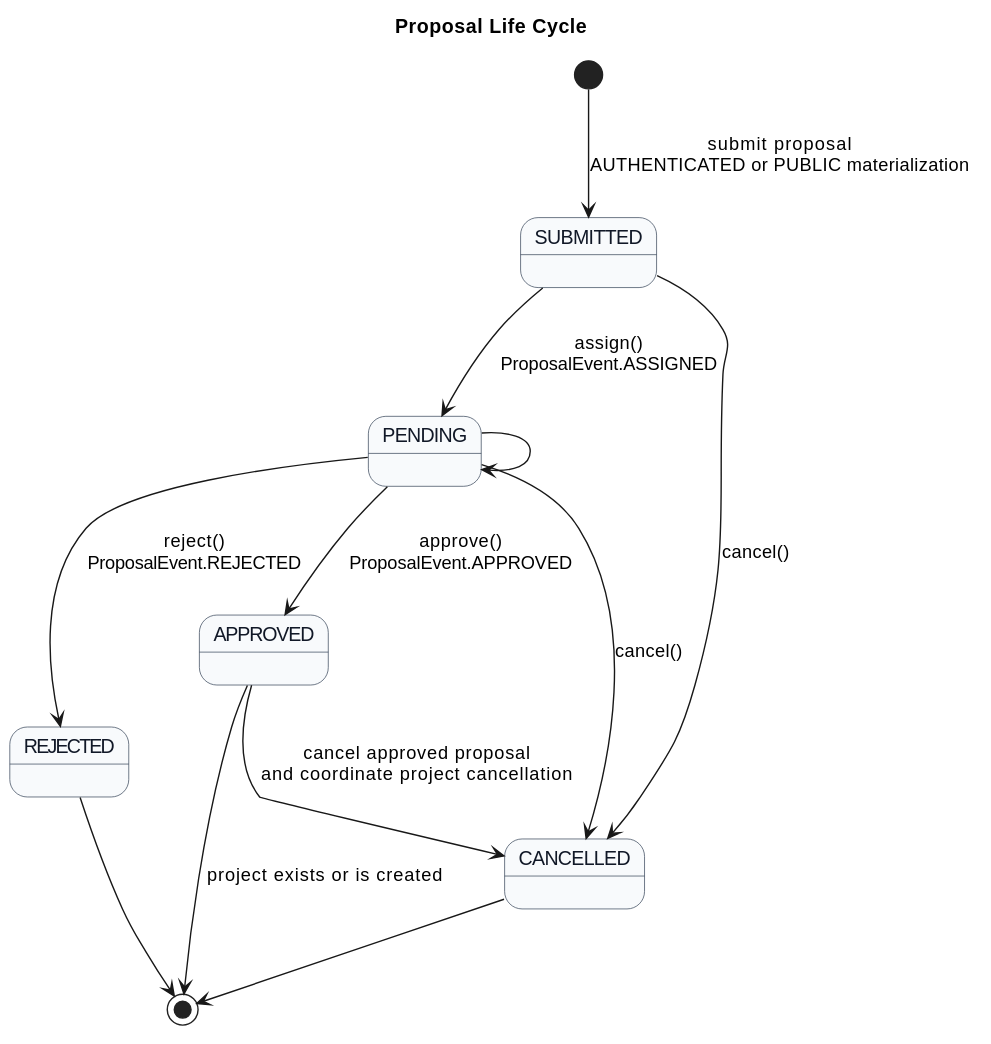
Above: docs/diagrams/proposal-life-cycle.svg in marcosduchinski/vitarerum (PlantUML), before the change.
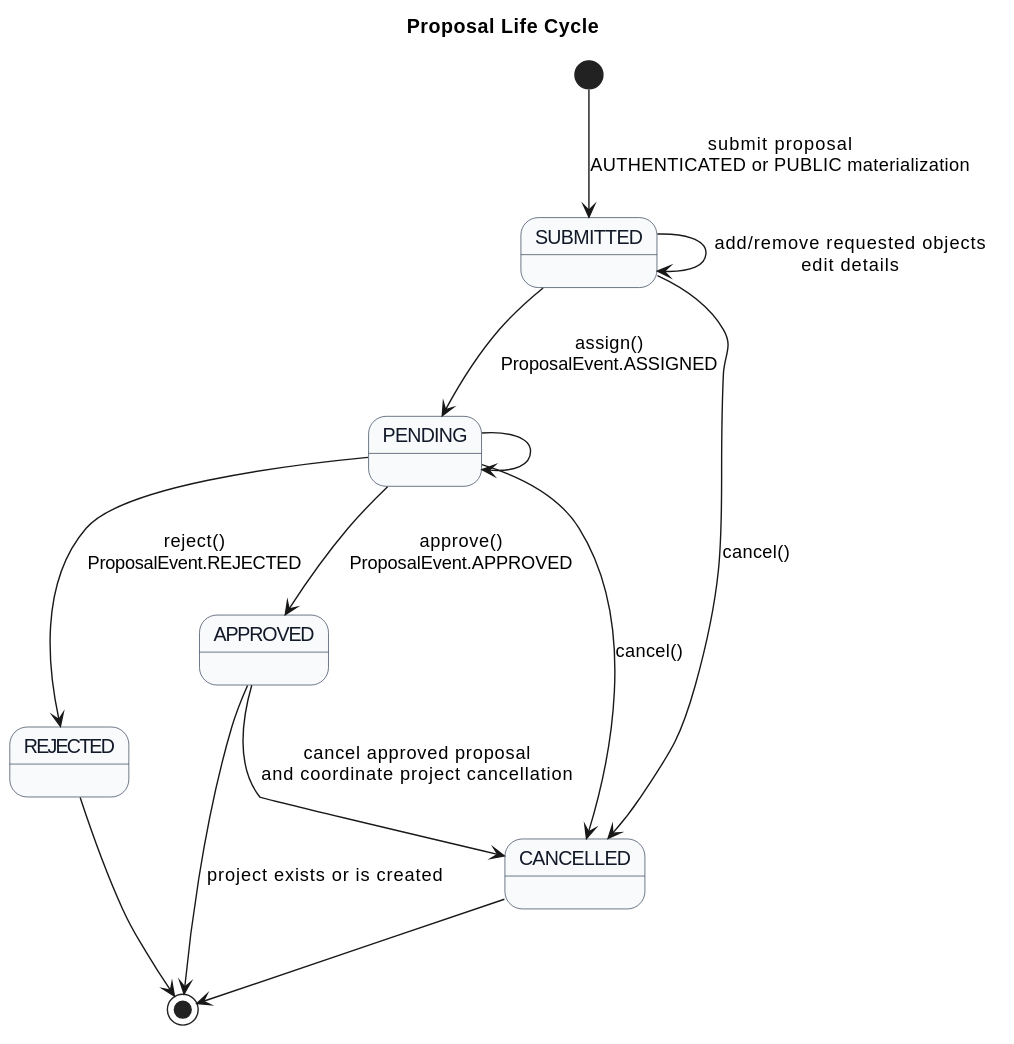
The same diagram one commit later.

Diff of the diagram source:
```diff
@@ -20,9 +20,11 @@
 state "REJECTED" as Rejected
 state "CANCELLED" as Cancelled
 
+Submitted --> Submitted : add/remove requested objects\nedit details
 Submitted --> Pending : assign()\nProposalEvent.ASSIGNED
 
 Pending --> Pending
+
 Pending --> Approved : approve()\nProposalEvent.APPROVED
 Pending --> Rejected : reject()\nProposalEvent.REJECTED
 
```
